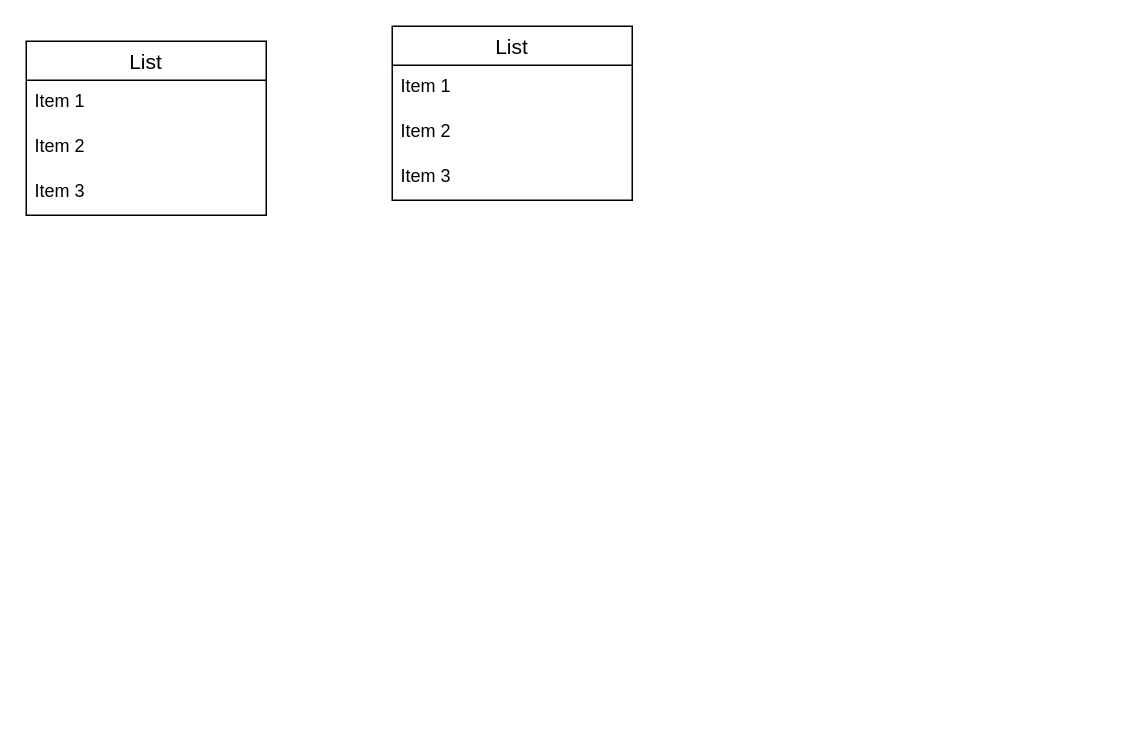
The draw.io diagram examen.drawio in victor06-git/base_de_dades, before the edit. Source tidied: cells renumbered, new cells numbered last; positions are measured from the earlier drawing's top-left corner, leaving out a move shared by most shapes. Both pictures are drawn from the tidied source at 150%, with x=0, y=0 at pixel (26, 26).
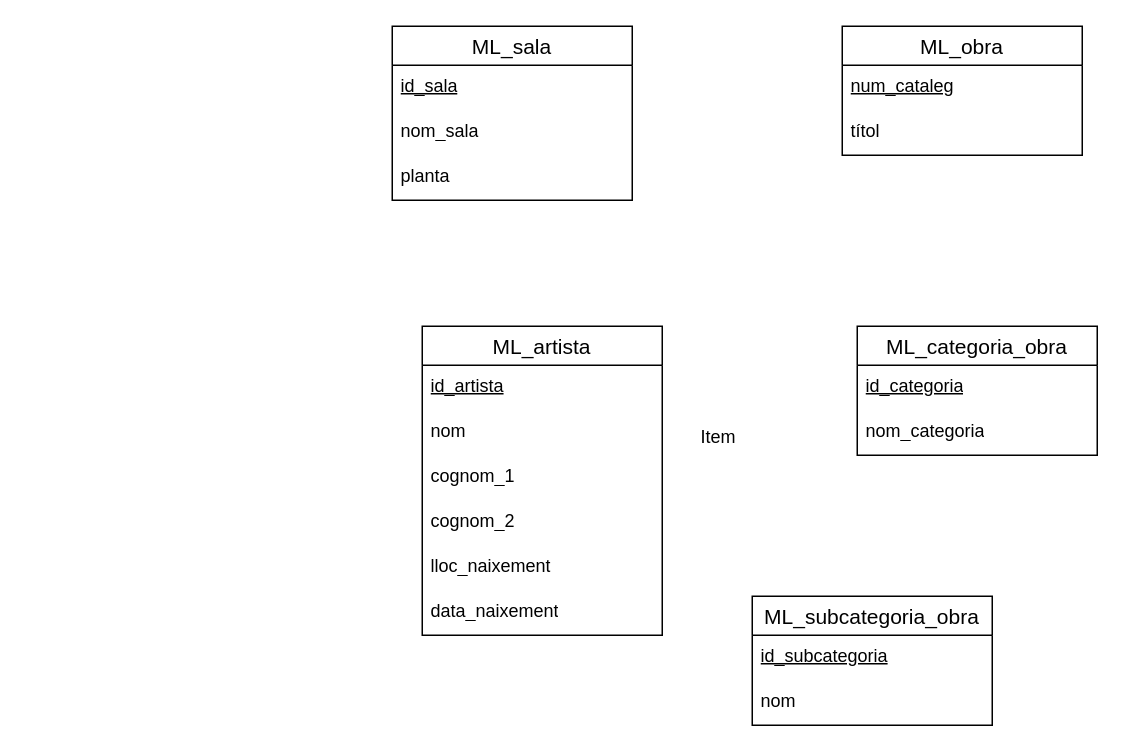
Above is the later version.

Diff of the diagram source:
```diff
@@
-    <mxCell id="2" value="List" style="swimlane;fontStyle=0;horizontal=1;startSize=26;align=center;fontSize=14;" parent="1" vertex="1">
+    <mxCell id="2" value="ML_sala" style="swimlane;fontStyle=0;horizontal=1;startSize=26;align=center;fontSize=14;" parent="1" vertex="1">
       <mxGeometry x="244" width="160" height="116" as="geometry" />
     </mxCell>
-    <mxCell id="3" value="Item 1" style="text;strokeColor=none;fillColor=none;spacingLeft=4;spacingRight=4;overflow=hidden;fontSize=12;whiteSpace=wrap;html=1;" parent="2" vertex="1">
+    <mxCell id="3" value="&lt;u&gt;id_sala&lt;/u&gt;" style="text;strokeColor=none;fillColor=none;spacingLeft=4;spacingRight=4;overflow=hidden;fontSize=12;whiteSpace=wrap;html=1;" parent="2" vertex="1">
       <mxGeometry y="26" width="160" height="30" as="geometry" />
     </mxCell>
-    <mxCell id="4" value="Item 2" style="text;strokeColor=none;fillColor=none;spacingLeft=4;spacingRight=4;overflow=hidden;fontSize=12;whiteSpace=wrap;html=1;" parent="2" vertex="1">
+    <mxCell id="4" value="nom_sala" style="text;strokeColor=none;fillColor=none;spacingLeft=4;spacingRight=4;overflow=hidden;fontSize=12;whiteSpace=wrap;html=1;" parent="2" vertex="1">
       <mxGeometry y="56" width="160" height="30" as="geometry" />
     </mxCell>
-    <mxCell id="5" value="Item 3" style="text;strokeColor=none;fillColor=none;spacingLeft=4;spacingRight=4;overflow=hidden;fontSize=12;whiteSpace=wrap;html=1;" parent="2" vertex="1">
+    <mxCell id="5" value="planta" style="text;strokeColor=none;fillColor=none;spacingLeft=4;spacingRight=4;overflow=hidden;fontSize=12;whiteSpace=wrap;html=1;" parent="2" vertex="1">
       <mxGeometry y="86" width="160" height="30" as="geometry" />
     </mxCell>
-    <mxCell id="6" value="List" style="swimlane;fontStyle=0;horizontal=1;startSize=26;align=center;fontSize=14;" parent="1" vertex="1">
-      <mxGeometry y="10" width="160" height="116" as="geometry" />
-    </mxCell>
-    <mxCell id="7" value="Item 1" style="text;strokeColor=none;fillColor=none;spacingLeft=4;spacingRight=4;overflow=hidden;fontSize=12;whiteSpace=wrap;html=1;" parent="6" vertex="1">
-      <mxGeometry y="26" width="160" height="30" as="geometry" />
-    </mxCell>
-    <mxCell id="8" value="Item 2" style="text;strokeColor=none;fillColor=none;spacingLeft=4;spacingRight=4;overflow=hidden;fontSize=12;whiteSpace=wrap;html=1;" parent="6" vertex="1">
-      <mxGeometry y="56" width="160" height="30" as="geometry" />
-    </mxCell>
-    <mxCell id="9" value="Item 3" style="text;strokeColor=none;fillColor=none;spacingLeft=4;spacingRight=4;overflow=hidden;fontSize=12;whiteSpace=wrap;html=1;" parent="6" vertex="1">
-      <mxGeometry y="86" width="160" height="30" as="geometry" />
-    </mxCell>
+    <mxCell id="10" value="ML_obra" style="swimlane;fontStyle=0;horizontal=1;startSize=26;align=center;fontSize=14;" parent="1" vertex="1">
+      <mxGeometry x="544" width="160" height="86" as="geometry" />
+    </mxCell>
+    <mxCell id="11" value="&lt;u&gt;num_cataleg&lt;/u&gt;" style="text;strokeColor=none;fillColor=none;spacingLeft=4;spacingRight=4;overflow=hidden;fontSize=12;whiteSpace=wrap;html=1;" parent="10" vertex="1">
+      <mxGeometry y="26" width="160" height="30" as="geometry" />
+    </mxCell>
+    <mxCell id="12" value="títol" style="text;strokeColor=none;fillColor=none;spacingLeft=4;spacingRight=4;overflow=hidden;fontSize=12;whiteSpace=wrap;html=1;" parent="10" vertex="1">
+      <mxGeometry y="56" width="160" height="30" as="geometry" />
+    </mxCell>
+    <mxCell id="13" value="ML_categoria_obra" style="swimlane;fontStyle=0;horizontal=1;startSize=26;align=center;fontSize=14;" parent="1" vertex="1">
+      <mxGeometry x="554" y="200" width="160" height="86" as="geometry" />
+    </mxCell>
+    <mxCell id="14" value="&lt;u&gt;id_categoria&lt;/u&gt;" style="text;strokeColor=none;fillColor=none;spacingLeft=4;spacingRight=4;overflow=hidden;fontSize=12;whiteSpace=wrap;html=1;" parent="13" vertex="1">
+      <mxGeometry y="26" width="160" height="30" as="geometry" />
+    </mxCell>
+    <mxCell id="15" value="nom_categoria" style="text;strokeColor=none;fillColor=none;spacingLeft=4;spacingRight=4;overflow=hidden;fontSize=12;whiteSpace=wrap;html=1;" parent="13" vertex="1">
+      <mxGeometry y="56" width="160" height="30" as="geometry" />
+    </mxCell>
+    <mxCell id="16" value="ML_artista" style="swimlane;fontStyle=0;horizontal=1;startSize=26;align=center;fontSize=14;" parent="1" vertex="1">
+      <mxGeometry x="264" y="200" width="160" height="206" as="geometry" />
+    </mxCell>
+    <mxCell id="17" value="&lt;u&gt;id_artista&lt;/u&gt;" style="text;strokeColor=none;fillColor=none;spacingLeft=4;spacingRight=4;overflow=hidden;fontSize=12;whiteSpace=wrap;html=1;" parent="16" vertex="1">
+      <mxGeometry y="26" width="160" height="30" as="geometry" />
+    </mxCell>
+    <mxCell id="18" value="nom" style="text;strokeColor=none;fillColor=none;spacingLeft=4;spacingRight=4;overflow=hidden;fontSize=12;whiteSpace=wrap;html=1;" parent="16" vertex="1">
+      <mxGeometry y="56" width="160" height="30" as="geometry" />
+    </mxCell>
+    <mxCell id="19" value="cognom_1" style="text;strokeColor=none;fillColor=none;spacingLeft=4;spacingRight=4;overflow=hidden;fontSize=12;whiteSpace=wrap;html=1;" parent="16" vertex="1">
+      <mxGeometry y="86" width="160" height="30" as="geometry" />
+    </mxCell>
+    <mxCell id="20" value="cognom_2" style="text;strokeColor=none;fillColor=none;spacingLeft=4;spacingRight=4;overflow=hidden;fontSize=12;whiteSpace=wrap;html=1;" parent="16" vertex="1">
+      <mxGeometry y="116" width="160" height="30" as="geometry" />
+    </mxCell>
+    <mxCell id="21" value="lloc_naixement" style="text;strokeColor=none;fillColor=none;spacingLeft=4;spacingRight=4;overflow=hidden;fontSize=12;whiteSpace=wrap;html=1;" parent="16" vertex="1">
+      <mxGeometry y="146" width="160" height="30" as="geometry" />
+    </mxCell>
+    <mxCell id="22" value="data_naixement" style="text;strokeColor=none;fillColor=none;spacingLeft=4;spacingRight=4;overflow=hidden;fontSize=12;whiteSpace=wrap;html=1;" parent="16" vertex="1">
+      <mxGeometry y="176" width="160" height="30" as="geometry" />
+    </mxCell>
+    <mxCell id="23" value="ML_subcategoria_obra" style="swimlane;fontStyle=0;horizontal=1;startSize=26;align=center;fontSize=14;" parent="1" vertex="1">
+      <mxGeometry x="484" y="380" width="160" height="86" as="geometry" />
+    </mxCell>
+    <mxCell id="24" value="&lt;u&gt;id_subcategoria&lt;/u&gt;" style="text;strokeColor=none;fillColor=none;spacingLeft=4;spacingRight=4;overflow=hidden;fontSize=12;whiteSpace=wrap;html=1;" parent="23" vertex="1">
+      <mxGeometry y="26" width="160" height="30" as="geometry" />
+    </mxCell>
+    <mxCell id="25" value="nom" style="text;strokeColor=none;fillColor=none;spacingLeft=4;spacingRight=4;overflow=hidden;fontSize=12;whiteSpace=wrap;html=1;" parent="23" vertex="1">
+      <mxGeometry y="56" width="160" height="30" as="geometry" />
+    </mxCell>
+    <mxCell id="26" value="Item" style="text;strokeColor=none;fillColor=none;spacingLeft=4;spacingRight=4;overflow=hidden;fontSize=12;whiteSpace=wrap;html=1;" parent="1" vertex="1">
+      <mxGeometry x="444" y="260" width="40" height="30" as="geometry" />
+    </mxCell>
```
